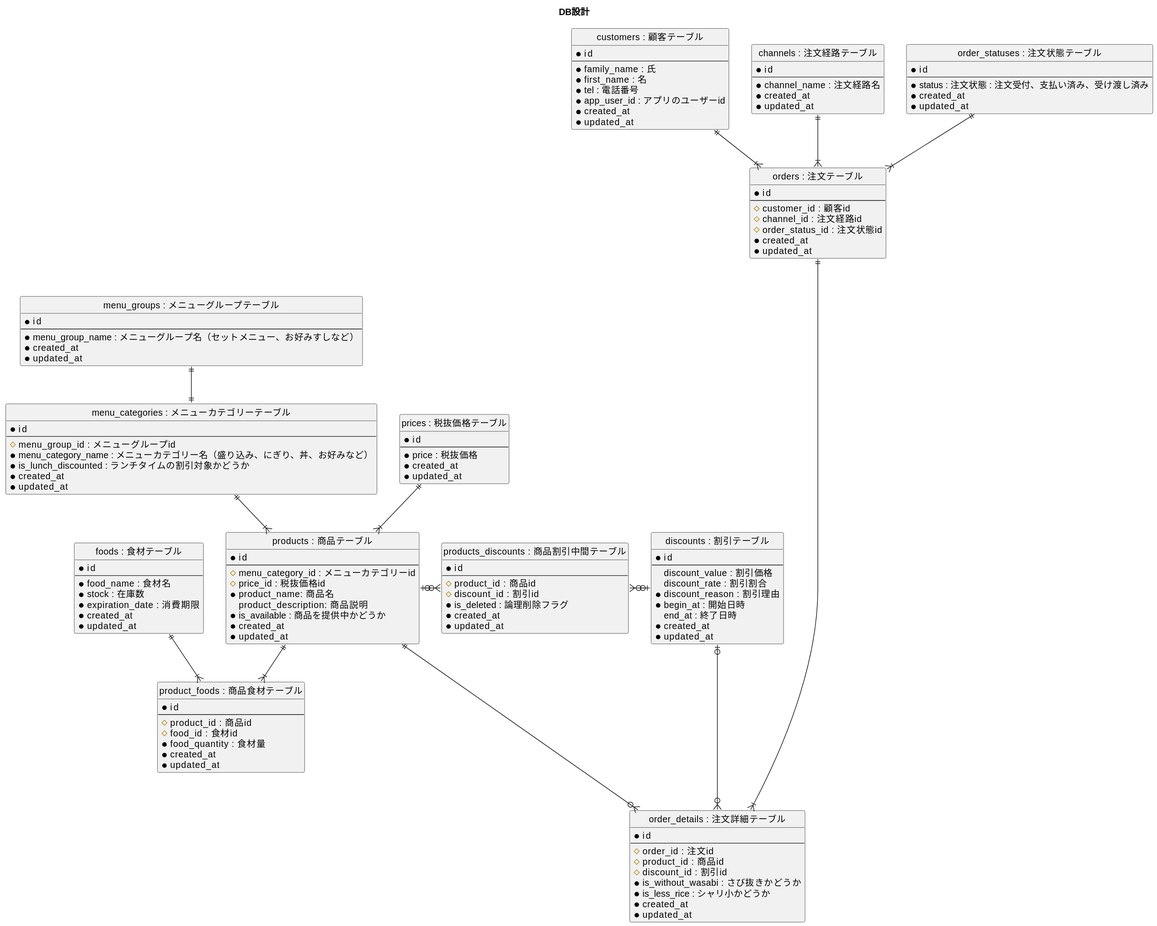
Before: RSnHzWhxTB705z/01_データベース設計/01_DBモデリング1/01_01_03_er_diagram.svg, a diagram exported from PlantUML (praha-inc/praha-challenge-7).
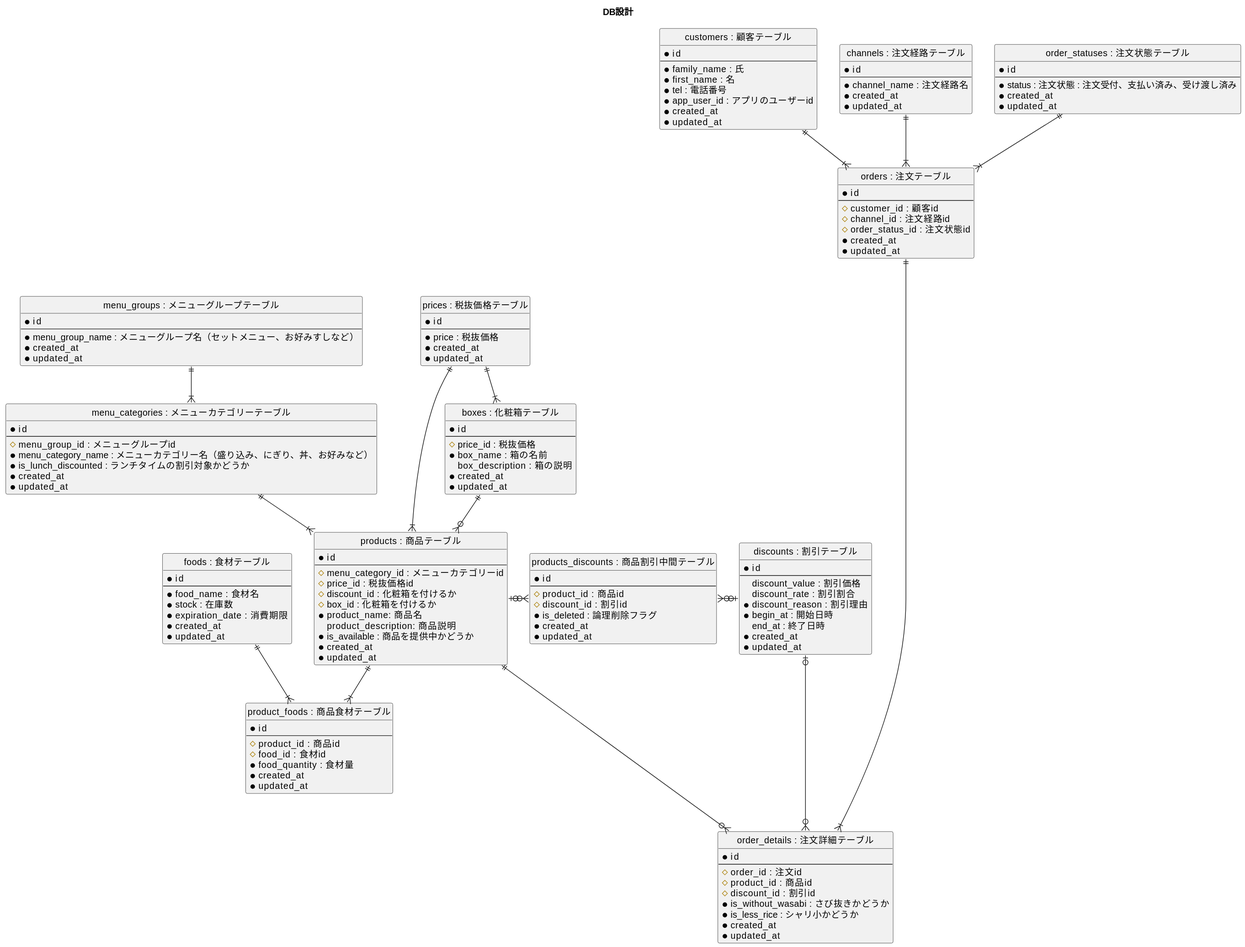
After the commit.

The edit, as a diff of the source:
```diff
@@ -66,11 +66,23 @@
   *updated_at
 }
 
+entity "boxes : 化粧箱テーブル" as boxes {
+  *id
+  --
+  #price_id : 税抜価格
+  *box_name : 箱の名前
+  box_description : 箱の説明
+  *created_at
+  *updated_at
+}
+
 entity "products : 商品テーブル" as products {
   *id
   --
   #menu_category_id : メニューカテゴリーid
   #price_id : 税抜価格id
+  #discount_id : 化粧箱を付けるか
+  #box_id : 化粧箱を付けるか
   *product_name: 商品名
   product_description: 商品説明
   *is_available : 商品を提供中かどうか
@@ -140,9 +152,12 @@
 products ||---o{ order_details
 discounts |o---o{ order_details
 
-menu_groups ||--|| menu_categories
+menu_groups ||--|{ menu_categories
+
 menu_categories ||--|{ products
-prices ||--|{ products
+prices ||---|{ products
+prices ||--|{ boxes
+boxes ||--o{ products
 
 products |o-r-o{ products_discounts
 discounts |o-l-o{ products_discounts
```
